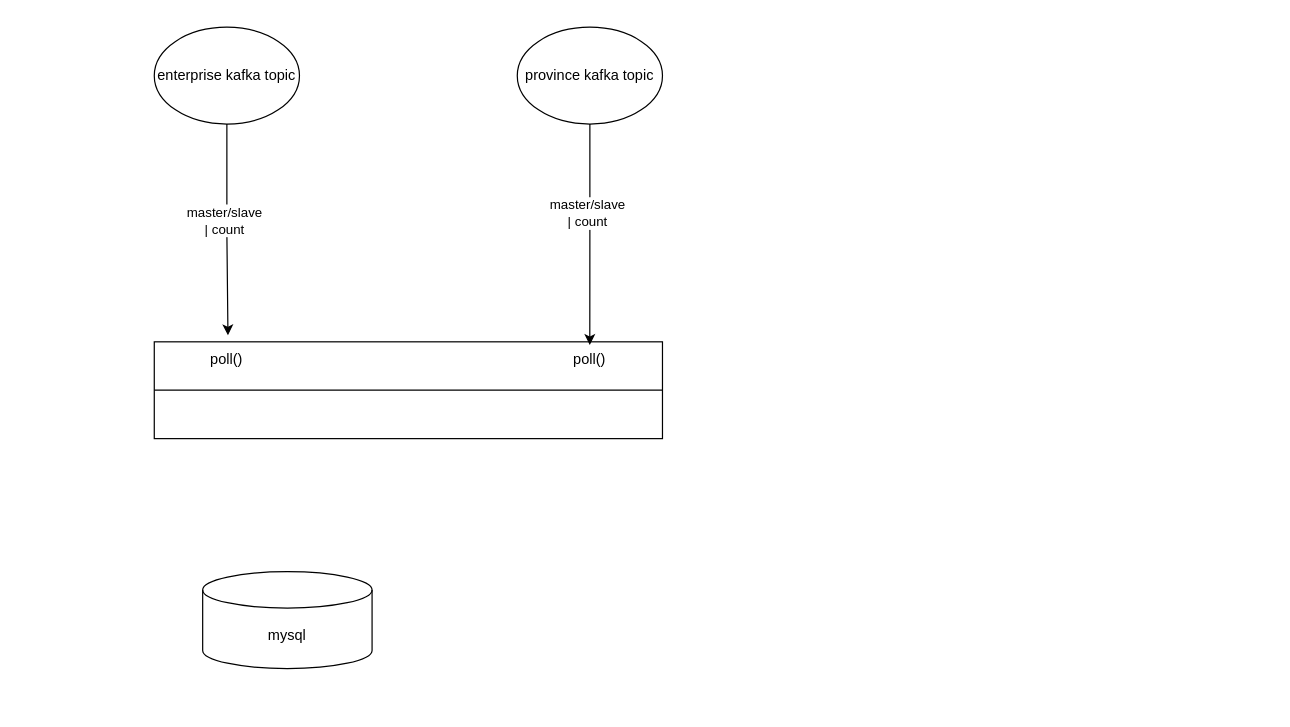
The draw.io diagram picture/链路消息.drawio in QAQ5685150/diagrams, before the edit. Source tidied: cells renumbered, new cells numbered last; positions are measured from the earlier drawing's top-left corner, leaving out a move shared by most shapes. Both pictures are drawn from the tidied source at 121%, with x=0, y=0 at pixel (154, 27).
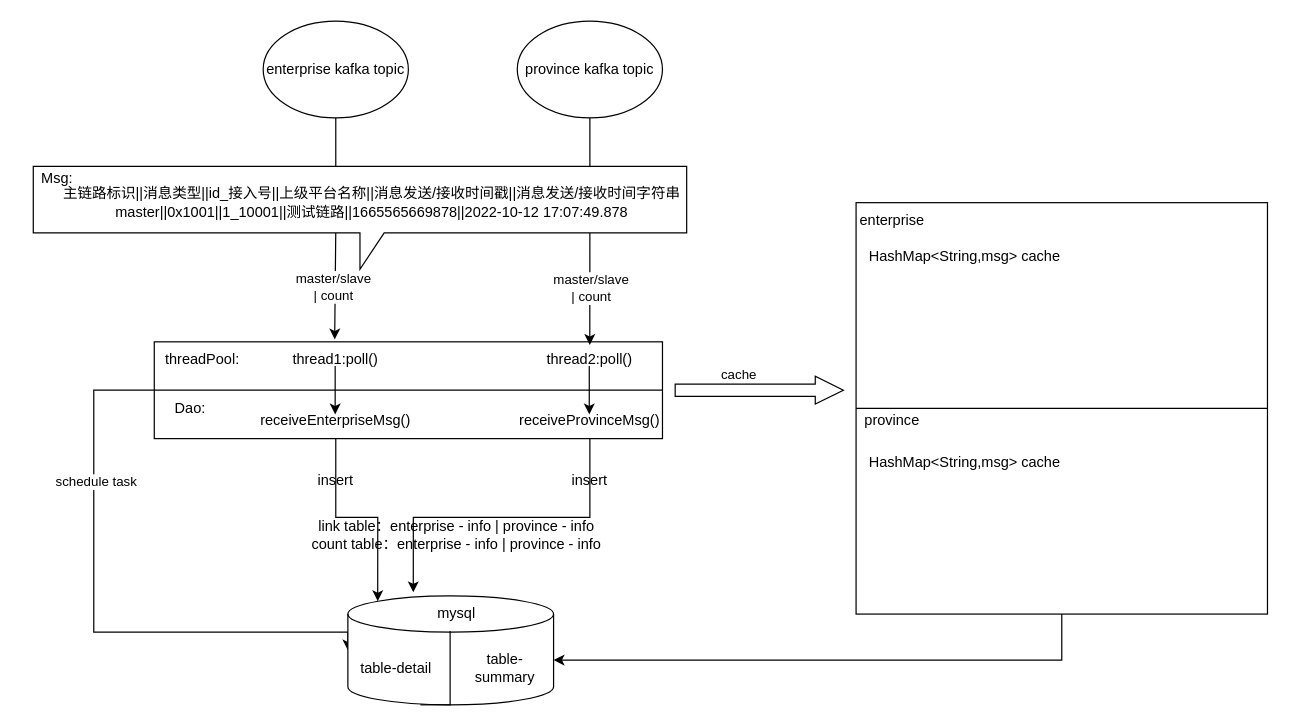
After the change.

Commit message:
更新链路消息.drawio

Unchanged cells that the change refers to:
```xml
<mxCell id="2" style="rounded=0;whiteSpace=wrap;html=1;" parent="1" vertex="1">
  <mxGeometry y="260" width="420" height="80" as="geometry" />
</mxCell>
<mxCell id="6" style="edgeStyle=orthogonalEdgeStyle;rounded=0;jettySize=auto;html=1;exitX=0.5;exitY=1;exitDx=0;exitDy=0;entryX=0.857;entryY=0.033;entryDx=0;entryDy=0;entryPerimeter=0;" parent="1" edge="1" source="8" target="2">
  <mxGeometry relative="1" as="geometry" />
</mxCell>
```

Diff of the diagram source:
```diff
@@
+    <mxCell id="13" style="edgeStyle=orthogonalEdgeStyle;rounded=0;jettySize=auto;html=1;exitX=0.25;exitY=1;exitDx=0;exitDy=0;entryX=0;entryY=0.5;entryDx=0;entryDy=0;entryPerimeter=0;" parent="1" edge="1" source="2" target="12">
+      <mxGeometry relative="1" as="geometry">
+        <Array as="points">
+          <mxPoint x="105" y="300" />
+          <mxPoint x="-50" y="300" />
+          <mxPoint x="-50" y="500" />
+        </Array>
+      </mxGeometry>
+    </mxCell>
+    <mxCell id="14" value="schedule task" style="edgeLabel;html=1;align=center;verticalAlign=middle;" parent="13" vertex="1">
+      <mxGeometry x="-0.74" y="-2" relative="1" as="geometry">
+        <mxPoint x="-113" y="77" as="offset" />
+      </mxGeometry>
+    </mxCell>
@@
-    <mxCell id="3" style="edgeStyle=orthogonalEdgeStyle;rounded=0;jettySize=auto;html=1;exitX=0.5;exitY=1;exitDx=0;exitDy=0;entryX=0.145;entryY=-0.067;entryDx=0;entryDy=0;entryPerimeter=0;" parent="1" edge="1" source="5" target="2">
+    <mxCell id="3" style="edgeStyle=orthogonalEdgeStyle;rounded=0;jettySize=auto;html=1;exitX=0.5;exitY=1;exitDx=0;exitDy=0;entryX=0.355;entryY=-0.025;entryDx=0;entryDy=0;entryPerimeter=0;" parent="1" edge="1" source="5" target="2">
       <mxGeometry relative="1" as="geometry" />
     </mxCell>
     <mxCell id="4" value="master/slave&lt;br&gt;| count" style="edgeLabel;html=1;align=center;verticalAlign=middle;" parent="3" vertex="1">
-      <mxGeometry x="-0.1" y="-3" relative="1" as="geometry" />
+      <mxGeometry x="-0.1" y="-3" relative="1" as="geometry">
+        <mxPoint y="56" as="offset" />
+      </mxGeometry>
     </mxCell>
     <mxCell id="5" value="enterprise kafka topic" style="ellipse;whiteSpace=wrap;html=1;" parent="1" vertex="1">
-      <mxGeometry width="120" height="80" as="geometry" />
+      <mxGeometry x="90" y="-5" width="120" height="80" as="geometry" />
     </mxCell>
@@
     <mxCell id="7" value="master/slave&lt;br&gt;| count" style="edgeLabel;html=1;align=center;verticalAlign=middle;" parent="6" vertex="1">
       <mxGeometry x="-0.19" y="-3" relative="1" as="geometry">
-        <mxPoint y="-1" as="offset" />
+        <mxPoint x="3" y="64" as="offset" />
       </mxGeometry>
     </mxCell>
     <mxCell id="8" value="province kafka topic" style="ellipse;whiteSpace=wrap;html=1;" parent="1" vertex="1">
-      <mxGeometry x="300" width="120" height="80" as="geometry" />
+      <mxGeometry x="300" y="-5" width="120" height="80" as="geometry" />
     </mxCell>
@@
-    <mxCell id="10" value="poll()" style="text;html=1;strokeColor=none;fillColor=none;align=center;verticalAlign=middle;whiteSpace=wrap;rounded=0;" parent="1" vertex="1">
-      <mxGeometry x="30" y="260" width="60" height="30" as="geometry" />
+    <mxCell id="10" value="thread1:poll()" style="text;html=1;strokeColor=none;fillColor=none;align=center;verticalAlign=middle;whiteSpace=wrap;rounded=0;" parent="1" vertex="1">
+      <mxGeometry x="120" y="260" width="60" height="30" as="geometry" />
     </mxCell>
-    <mxCell id="11" value="poll()" style="text;html=1;strokeColor=none;fillColor=none;align=center;verticalAlign=middle;whiteSpace=wrap;rounded=0;" parent="1" vertex="1">
+    <mxCell id="11" value="thread2:poll()" style="text;html=1;strokeColor=none;fillColor=none;align=center;verticalAlign=middle;whiteSpace=wrap;rounded=0;" parent="1" vertex="1">
       <mxGeometry x="330" y="260" width="60" height="30" as="geometry" />
     </mxCell>
-    <mxCell id="12" value="mysql" style="shape=cylinder3;whiteSpace=wrap;html=1;boundedLbl=1;backgroundOutline=1;size=15;" parent="1" vertex="1">
-      <mxGeometry x="40" y="450" width="140" height="80" as="geometry" />
+    <mxCell id="12" style="shape=cylinder3;whiteSpace=wrap;html=1;boundedLbl=1;backgroundOutline=1;size=15;" parent="1" vertex="1">
+      <mxGeometry x="160" y="470" width="170" height="90" as="geometry" />
     </mxCell>
+    <mxCell id="15" value="threadPool:" style="text;html=1;strokeColor=none;fillColor=none;align=center;verticalAlign=middle;whiteSpace=wrap;rounded=0;" parent="1" vertex="1">
+      <mxGeometry x="10" y="260" width="60" height="30" as="geometry" />
+    </mxCell>
+    <mxCell id="16" value="Dao:" style="text;html=1;strokeColor=none;fillColor=none;align=center;verticalAlign=middle;whiteSpace=wrap;rounded=0;" parent="1" vertex="1">
+      <mxGeometry y="300" width="60" height="30" as="geometry" />
+    </mxCell>
+    <mxCell id="17" style="edgeStyle=orthogonalEdgeStyle;rounded=0;jettySize=auto;html=1;exitX=0.5;exitY=1;exitDx=0;exitDy=0;entryX=0.145;entryY=0;entryDx=0;entryDy=4.35;entryPerimeter=0;" parent="1" edge="1" source="18" target="12">
+      <mxGeometry relative="1" as="geometry" />
+    </mxCell>
+    <mxCell id="18" value="receiveEnterpriseMsg()" style="text;html=1;strokeColor=none;fillColor=none;align=center;verticalAlign=middle;whiteSpace=wrap;rounded=0;" parent="1" vertex="1">
+      <mxGeometry x="120" y="310" width="60" height="30" as="geometry" />
+    </mxCell>
+    <mxCell id="19" style="endArrow=classic;html=1;rounded=0;" parent="1" edge="1">
+      <mxGeometry relative="1" as="geometry">
+        <mxPoint x="149.5" y="280" as="sourcePoint" />
+        <mxPoint x="149.5" y="320" as="targetPoint" />
+      </mxGeometry>
+    </mxCell>
+    <mxCell id="20" style="endArrow=classic;html=1;rounded=0;" parent="1" edge="1">
+      <mxGeometry relative="1" as="geometry">
+        <mxPoint x="359.5" y="280" as="sourcePoint" />
+        <mxPoint x="359.5" y="320" as="targetPoint" />
+      </mxGeometry>
+    </mxCell>
+    <mxCell id="21" style="edgeStyle=orthogonalEdgeStyle;rounded=0;jettySize=auto;html=1;exitX=0.5;exitY=1;exitDx=0;exitDy=0;entryX=0.318;entryY=-0.033;entryDx=0;entryDy=0;entryPerimeter=0;" parent="1" edge="1" source="22" target="12">
+      <mxGeometry relative="1" as="geometry" />
+    </mxCell>
+    <mxCell id="22" value="receiveProvinceMsg()" style="text;html=1;strokeColor=none;fillColor=none;align=center;verticalAlign=middle;whiteSpace=wrap;rounded=0;" parent="1" vertex="1">
+      <mxGeometry x="330" y="310" width="60" height="30" as="geometry" />
+    </mxCell>
+    <mxCell id="23" value="insert" style="text;html=1;strokeColor=none;fillColor=none;align=center;verticalAlign=middle;whiteSpace=wrap;rounded=0;" parent="1" vertex="1">
+      <mxGeometry x="120" y="360" width="60" height="30" as="geometry" />
+    </mxCell>
+    <mxCell id="24" value="insert" style="text;html=1;strokeColor=none;fillColor=none;align=center;verticalAlign=middle;whiteSpace=wrap;rounded=0;" parent="1" vertex="1">
+      <mxGeometry x="330" y="360" width="60" height="30" as="geometry" />
+    </mxCell>
+    <mxCell id="25" value="link table：enterprise - info | province - info&lt;br&gt;count table：enterprise - info | province - info" style="text;html=1;strokeColor=none;fillColor=none;align=center;verticalAlign=middle;whiteSpace=wrap;rounded=0;" parent="1" vertex="1">
+      <mxGeometry x="110" y="385" width="280" height="70" as="geometry" />
+    </mxCell>
+    <mxCell id="26" style="shape=flexArrow;endArrow=classic;html=1;rounded=0;endWidth=12;endSize=7.41;" parent="1" edge="1">
+      <mxGeometry relative="1" as="geometry">
+        <mxPoint x="430" y="300" as="sourcePoint" />
+        <mxPoint x="570" y="300" as="targetPoint" />
+      </mxGeometry>
+    </mxCell>
+    <mxCell id="27" value="cache" style="edgeLabel;html=1;align=center;verticalAlign=middle;" parent="26" vertex="1">
+      <mxGeometry x="-0.21" y="-4" relative="1" as="geometry">
+        <mxPoint x="-3" y="-18" as="offset" />
+      </mxGeometry>
+    </mxCell>
+    <mxCell id="28" style="edgeStyle=orthogonalEdgeStyle;rounded=0;jettySize=auto;html=1;exitX=0.5;exitY=1;exitDx=0;exitDy=0;entryX=1;entryY=0.589;entryDx=0;entryDy=0;entryPerimeter=0;" parent="1" edge="1" source="29" target="12">
+      <mxGeometry relative="1" as="geometry" />
+    </mxCell>
+    <mxCell id="29" style="whiteSpace=wrap;html=1;" parent="1" vertex="1">
+      <mxGeometry x="580" y="145" width="340" height="340" as="geometry" />
+    </mxCell>
+    <mxCell id="30" style="endArrow=none;html=1;rounded=0;entryX=0;entryY=0.5;entryDx=0;entryDy=0;exitX=1;exitY=0.5;exitDx=0;exitDy=0;" parent="1" edge="1" source="29" target="29">
+      <mxGeometry relative="1" as="geometry" />
+    </mxCell>
+    <mxCell id="31" value="enterprise" style="text;html=1;strokeColor=none;fillColor=none;align=center;verticalAlign=middle;whiteSpace=wrap;rounded=0;" parent="1" vertex="1">
+      <mxGeometry x="580" y="145" width="60" height="30" as="geometry" />
+    </mxCell>
+    <mxCell id="32" value="province" style="text;html=1;strokeColor=none;fillColor=none;align=center;verticalAlign=middle;whiteSpace=wrap;rounded=0;" parent="1" vertex="1">
+      <mxGeometry x="580" y="310" width="60" height="30" as="geometry" />
+    </mxCell>
+    <mxCell id="33" style="group;" parent="1" vertex="1">
+      <mxGeometry x="-110" y="110" width="560" height="90" as="geometry" />
+    </mxCell>
+    <mxCell id="34" style="shape=callout;whiteSpace=wrap;html=1;perimeter=calloutPerimeter;" parent="33" vertex="1">
+      <mxGeometry x="10" y="5" width="540" height="85" as="geometry" />
+    </mxCell>
+    <mxCell id="35" value="&lt;div&gt;主链路标识||消息类型||id_接入号||上级平台名称||消息发送/接收时间戳||消息发送/接收时间字符串&lt;/div&gt;&lt;div&gt;master||0x1001||1_10001||测试链路||1665565669878||2022-10-12 17:07:49.878&lt;/div&gt;" style="text;html=1;strokeColor=none;fillColor=none;align=center;verticalAlign=middle;whiteSpace=wrap;rounded=0;" parent="33" vertex="1">
+      <mxGeometry x="20" y="15" width="540" height="40" as="geometry" />
+    </mxCell>
+    <mxCell id="36" value="Msg:" style="text;html=1;strokeColor=none;fillColor=none;align=center;verticalAlign=middle;whiteSpace=wrap;rounded=0;" parent="33" vertex="1">
+      <mxGeometry width="60" height="30" as="geometry" />
+    </mxCell>
+    <mxCell id="37" value="HashMap&amp;lt;String,msg&amp;gt; cache" style="text;html=1;strokeColor=none;fillColor=none;align=center;verticalAlign=middle;whiteSpace=wrap;rounded=0;" parent="1" vertex="1">
+      <mxGeometry x="570" y="170" width="200" height="40" as="geometry" />
+    </mxCell>
+    <mxCell id="38" value="HashMap&amp;lt;String,msg&amp;gt; cache" style="text;html=1;strokeColor=none;fillColor=none;align=center;verticalAlign=middle;whiteSpace=wrap;rounded=0;" parent="1" vertex="1">
+      <mxGeometry x="570" y="340" width="200" height="40" as="geometry" />
+    </mxCell>
+    <mxCell id="39" style="endArrow=none;html=1;rounded=0;" parent="1" edge="1" target="12">
+      <mxGeometry relative="1" as="geometry">
+        <mxPoint x="220" y="560" as="sourcePoint" />
+        <Array as="points">
+          <mxPoint x="245" y="560" />
+        </Array>
+      </mxGeometry>
+    </mxCell>
+    <mxCell id="40" style="endArrow=none;html=1;rounded=0;entryX=0.353;entryY=0.322;entryDx=0;entryDy=0;entryPerimeter=0;" parent="1" edge="1">
+      <mxGeometry relative="1" as="geometry">
+        <mxPoint x="244.5" y="560" as="sourcePoint" />
+        <mxPoint x="244.5" y="499" as="targetPoint" />
+      </mxGeometry>
+    </mxCell>
+    <mxCell id="41" value="table-detail" style="text;html=1;strokeColor=none;fillColor=none;align=center;verticalAlign=middle;whiteSpace=wrap;rounded=0;" parent="1" vertex="1">
+      <mxGeometry x="160" y="510" width="80" height="40" as="geometry" />
+    </mxCell>
+    <mxCell id="42" value="table-summary" style="text;html=1;strokeColor=none;fillColor=none;align=center;verticalAlign=middle;whiteSpace=wrap;rounded=0;" parent="1" vertex="1">
+      <mxGeometry x="250" y="510" width="80" height="40" as="geometry" />
+    </mxCell>
+    <mxCell id="43" value="mysql" style="text;html=1;strokeColor=none;fillColor=none;align=center;verticalAlign=middle;whiteSpace=wrap;rounded=0;" parent="1" vertex="1">
+      <mxGeometry x="220" y="470" width="60" height="30" as="geometry" />
+    </mxCell>
```
